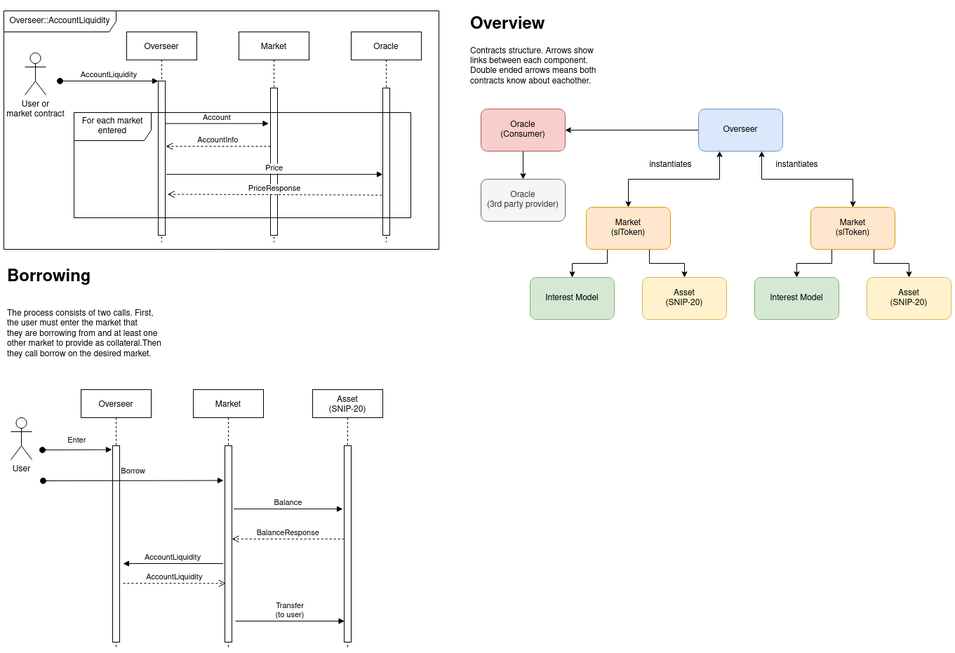
The draw.io diagram docs/Sienna Lend.drawio.png in SiennaNetwork/SiennaNetwork, before a commit. Source tidied: cells renumbered, new cells last; positions are measured from the earlier drawing's top-left corner, leaving out a move shared by most shapes.
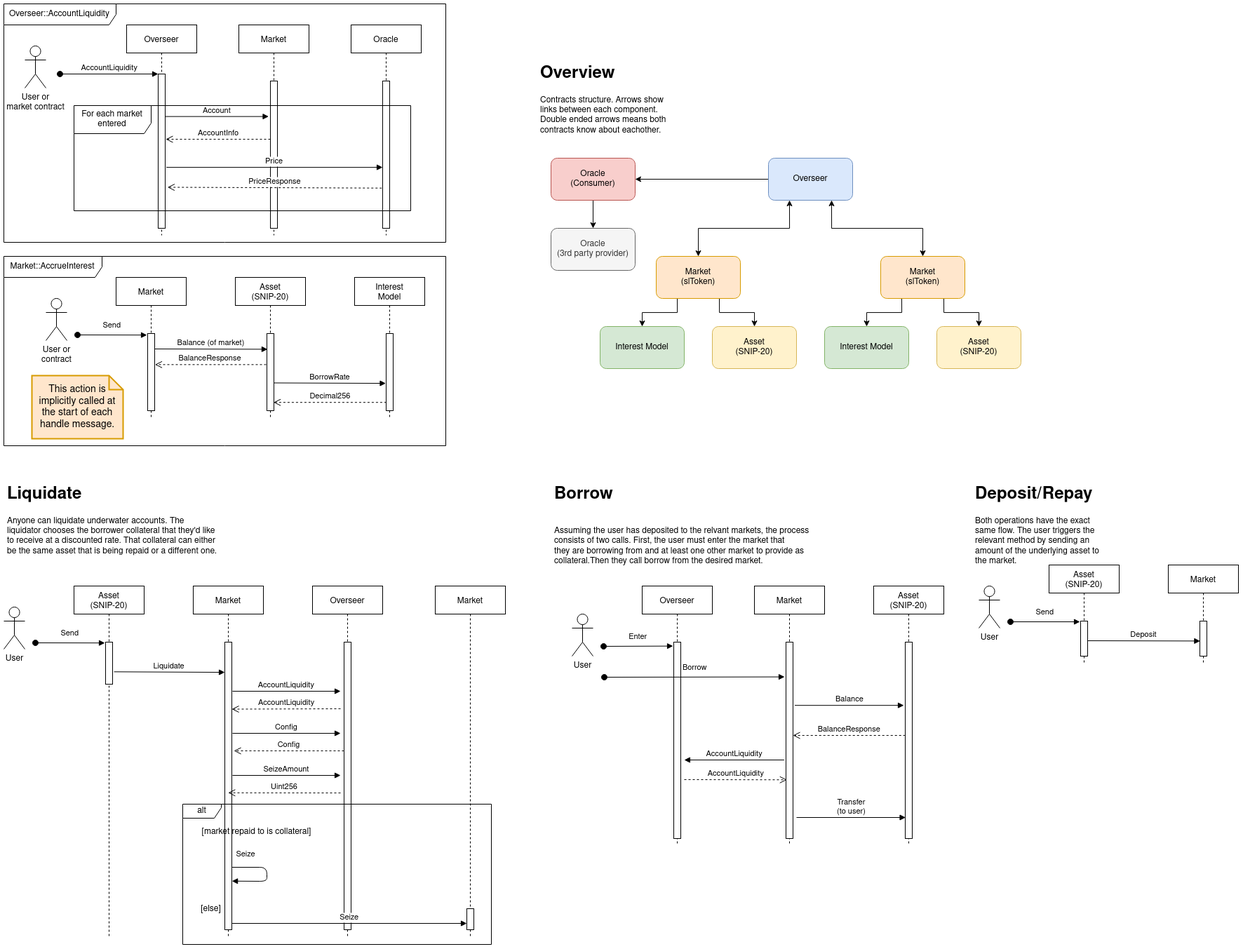
Above is the later version.

Change to the diagram source:
```diff
@@ -37,3 +37,3 @@
     <mxCell id="12" value="Overseer" style="rounded=1;whiteSpace=wrap;html=1;fillColor=#dae8fc;strokeColor=#6c8ebf;" parent="1" vertex="1">
-      <mxGeometry x="990" y="140" width="120" height="60" as="geometry" />
+      <mxGeometry x="1090" y="220" width="120" height="60" as="geometry" />
     </mxCell>
@@ -46,3 +46,3 @@
     <mxCell id="15" value="Market&lt;br&gt;(slToken)" style="rounded=1;whiteSpace=wrap;html=1;fillColor=#ffe6cc;strokeColor=#d79b00;" parent="1" vertex="1">
-      <mxGeometry x="830" y="280" width="120" height="60" as="geometry" />
+      <mxGeometry x="930" y="360" width="120" height="60" as="geometry" />
     </mxCell>
@@ -55,9 +55,9 @@
     <mxCell id="18" value="Market&lt;br&gt;(slToken)" style="rounded=1;whiteSpace=wrap;html=1;fillColor=#ffe6cc;strokeColor=#d79b00;" parent="1" vertex="1">
-      <mxGeometry x="1150" y="280" width="120" height="60" as="geometry" />
+      <mxGeometry x="1250" y="360" width="120" height="60" as="geometry" />
     </mxCell>
     <mxCell id="19" value="Interest Model" style="rounded=1;whiteSpace=wrap;html=1;fillColor=#d5e8d4;strokeColor=#82b366;" parent="1" vertex="1">
-      <mxGeometry x="750" y="380" width="120" height="60" as="geometry" />
+      <mxGeometry x="850" y="460" width="120" height="60" as="geometry" />
     </mxCell>
     <mxCell id="20" value="Interest Model" style="rounded=1;whiteSpace=wrap;html=1;fillColor=#d5e8d4;strokeColor=#82b366;" parent="1" vertex="1">
-      <mxGeometry x="1070" y="380" width="120" height="60" as="geometry" />
+      <mxGeometry x="1170" y="460" width="120" height="60" as="geometry" />
     </mxCell>
@@ -67,15 +67,9 @@
     <mxCell id="22" value="Oracle&lt;br&gt;(Consumer)" style="rounded=1;whiteSpace=wrap;html=1;fillColor=#f8cecc;strokeColor=#b85450;" parent="1" vertex="1">
-      <mxGeometry x="680" y="140" width="120" height="60" as="geometry" />
+      <mxGeometry x="780" y="220" width="120" height="60" as="geometry" />
     </mxCell>
     <mxCell id="23" value="Oracle&lt;br&gt;(3rd party provider)" style="rounded=1;whiteSpace=wrap;html=1;fillColor=#f5f5f5;fontColor=#333333;strokeColor=#666666;" parent="1" vertex="1">
-      <mxGeometry x="680" y="240" width="120" height="60" as="geometry" />
+      <mxGeometry x="780" y="320" width="120" height="60" as="geometry" />
     </mxCell>
-    <mxCell id="24" value="instantiates" style="text;html=1;align=center;verticalAlign=middle;strokeColor=none;fillColor=none;" parent="1" vertex="1">
-      <mxGeometry x="910" y="210" width="80" height="20" as="geometry" />
-    </mxCell>
-    <mxCell id="25" value="instantiates" style="text;html=1;align=center;verticalAlign=middle;strokeColor=none;fillColor=none;" parent="1" vertex="1">
-      <mxGeometry x="1090" y="210" width="80" height="20" as="geometry" />
-    </mxCell>
     <mxCell id="26" value="&lt;h1&gt;Overview&lt;/h1&gt;&lt;p&gt;Contracts structure. Arrows show links between each component. Double ended arrows means both contracts know about eachother.&lt;br&gt;&lt;/p&gt;" style="text;html=1;strokeColor=none;fillColor=none;spacing=5;spacingTop=-20;whiteSpace=wrap;overflow=hidden;rounded=0;" parent="1" vertex="1">
-      <mxGeometry x="660" width="190" height="120" as="geometry" />
+      <mxGeometry x="760" y="80" width="190" height="120" as="geometry" />
     </mxCell>
@@ -100,6 +94,6 @@
     <mxCell id="33" value="Overseer::AccountLiquidity" style="shape=umlFrame;whiteSpace=wrap;html=1;width=160;height=30;" parent="1" vertex="1">
-      <mxGeometry width="620" height="340" as="geometry" />
+      <mxGeometry width="630" height="340" as="geometry" />
     </mxCell>
     <mxCell id="34" value="Overseer" style="shape=umlLifeline;perimeter=lifelinePerimeter;rounded=0;shadow=0;strokeWidth=1;" parent="1" vertex="1">
-      <mxGeometry x="110" y="540" width="100" height="370" as="geometry" />
+      <mxGeometry x="910" y="830" width="100" height="370" as="geometry" />
     </mxCell>
@@ -119,3 +113,3 @@
     <mxCell id="38" value="Market" style="shape=umlLifeline;perimeter=lifelinePerimeter;rounded=0;shadow=0;strokeWidth=1;" parent="1" vertex="1">
-      <mxGeometry x="270" y="540" width="100" height="370" as="geometry" />
+      <mxGeometry x="1070" y="830" width="100" height="370" as="geometry" />
     </mxCell>
@@ -128,3 +122,3 @@
     <mxCell id="41" value="User" style="shape=umlActor;verticalLabelPosition=bottom;verticalAlign=top;html=1;" parent="1" vertex="1">
-      <mxGeometry x="10" y="580" width="30" height="60" as="geometry" />
+      <mxGeometry x="810" y="870" width="30" height="60" as="geometry" />
     </mxCell>
@@ -133,13 +127,13 @@
     </mxCell>
-    <mxCell id="43" value="&lt;h1&gt;Borrowing&lt;/h1&gt;&lt;br&gt;The process consists of two calls. First, the user must enter the market that&lt;br&gt;they are borrowing from and at least one other market to provide as collateral.Then they call borrow on the desired market." style="text;html=1;strokeColor=none;fillColor=none;spacing=5;spacingTop=-20;whiteSpace=wrap;overflow=hidden;rounded=0;" parent="1" vertex="1">
-      <mxGeometry y="360" width="230" height="140" as="geometry" />
+    <mxCell id="43" value="&lt;h1&gt;Borrow&lt;/h1&gt;&lt;br&gt;Assuming the user has deposited to the relvant markets, the process consists of two calls. First, the user must enter the market that&lt;br&gt;they are borrowing from and at least one other market to provide as collateral.Then they call borrow from the desired market." style="text;html=1;strokeColor=none;fillColor=none;spacing=5;spacingTop=-20;whiteSpace=wrap;overflow=hidden;rounded=0;" parent="1" vertex="1">
+      <mxGeometry x="780" y="680" width="380" height="170" as="geometry" />
     </mxCell>
     <mxCell id="44" value="Asset&lt;br&gt;(SNIP-20)" style="rounded=1;whiteSpace=wrap;html=1;fillColor=#fff2cc;strokeColor=#d6b656;" parent="1" vertex="1">
-      <mxGeometry x="910" y="380" width="120" height="60" as="geometry" />
+      <mxGeometry x="1010" y="460" width="120" height="60" as="geometry" />
     </mxCell>
     <mxCell id="45" value="Asset&lt;br&gt;(SNIP-20)" style="rounded=1;whiteSpace=wrap;html=1;fillColor=#fff2cc;strokeColor=#d6b656;" parent="1" vertex="1">
-      <mxGeometry x="1230" y="380" width="120" height="60" as="geometry" />
+      <mxGeometry x="1330" y="460" width="120" height="60" as="geometry" />
     </mxCell>
     <mxCell id="46" value="Asset&#10;(SNIP-20)" style="shape=umlLifeline;perimeter=lifelinePerimeter;rounded=0;shadow=0;strokeWidth=1;" parent="1" vertex="1">
-      <mxGeometry x="440" y="540" width="100" height="370" as="geometry" />
+      <mxGeometry x="1240" y="830" width="100" height="370" as="geometry" />
     </mxCell>
@@ -150,3 +144,3 @@
       <mxGeometry relative="1" as="geometry">
-        <mxPoint x="170" y="788" as="targetPoint" />
+        <mxPoint x="970" y="1078" as="targetPoint" />
       </mxGeometry>
@@ -155,3 +149,3 @@
       <mxGeometry relative="1" as="geometry">
-        <mxPoint x="170" y="816" as="sourcePoint" />
+        <mxPoint x="970" y="1106" as="sourcePoint" />
       </mxGeometry>
@@ -160,6 +154,171 @@
       <mxGeometry relative="1" as="geometry">
-        <mxPoint x="330" y="870" as="sourcePoint" />
-        <mxPoint x="485.6" y="870" as="targetPoint" />
+        <mxPoint x="1130" y="1160" as="sourcePoint" />
+        <mxPoint x="1285.6" y="1160" as="targetPoint" />
       </mxGeometry>
     </mxCell>
+    <mxCell id="51" value="Market" style="shape=umlLifeline;perimeter=lifelinePerimeter;rounded=0;shadow=0;strokeWidth=1;" parent="1" vertex="1">
+      <mxGeometry x="160" y="390" width="100" height="200" as="geometry" />
+    </mxCell>
+    <mxCell id="52" style="points=[];perimeter=orthogonalPerimeter;rounded=0;shadow=0;strokeWidth=1;" parent="51" vertex="1">
+      <mxGeometry x="45" y="80" width="10" height="110" as="geometry" />
+    </mxCell>
+    <mxCell id="53" value="Send" style="verticalAlign=bottom;startArrow=oval;endArrow=block;startSize=8;shadow=0;strokeWidth=1;entryX=-0.1;entryY=0.02;entryDx=0;entryDy=0;entryPerimeter=0;" parent="51" edge="1" target="52">
+      <mxGeometry y="5" relative="1" as="geometry">
+        <mxPoint x="-55" y="82" as="sourcePoint" />
+      </mxGeometry>
+    </mxCell>
+    <mxCell id="54" value="Asset&#10;(SNIP-20)" style="shape=umlLifeline;perimeter=lifelinePerimeter;rounded=0;shadow=0;strokeWidth=1;" parent="1" vertex="1">
+      <mxGeometry x="330" y="390" width="100" height="200" as="geometry" />
+    </mxCell>
+    <mxCell id="55" style="points=[];perimeter=orthogonalPerimeter;rounded=0;shadow=0;strokeWidth=1;" parent="54" vertex="1">
+      <mxGeometry x="45" y="80" width="10" height="110" as="geometry" />
+    </mxCell>
+    <mxCell id="56" value="Balance (of market)" style="verticalAlign=bottom;endArrow=block;shadow=0;strokeWidth=1;exitX=1.043;exitY=0.2;exitDx=0;exitDy=0;exitPerimeter=0;entryX=0.09;entryY=0.204;entryDx=0;entryDy=0;entryPerimeter=0;" parent="1" edge="1" source="52" target="55">
+      <mxGeometry relative="1" as="geometry" />
+    </mxCell>
+    <mxCell id="57" value="User or&lt;br&gt;contract" style="shape=umlActor;verticalLabelPosition=bottom;verticalAlign=top;html=1;" parent="1" vertex="1">
+      <mxGeometry x="60" y="420" width="30" height="60" as="geometry" />
+    </mxCell>
+    <mxCell id="58" value="BalanceResponse" style="verticalAlign=bottom;endArrow=open;dashed=1;endSize=8;shadow=0;strokeWidth=1;entryX=1.043;entryY=0.403;entryDx=0;entryDy=0;entryPerimeter=0;exitX=-0.1;exitY=0.403;exitDx=0;exitDy=0;exitPerimeter=0;" parent="1" edge="1" source="55" target="52">
+      <mxGeometry relative="1" as="geometry" />
+    </mxCell>
+    <mxCell id="59" value="&lt;h1&gt;Deposit/Repay&lt;/h1&gt;&lt;p&gt;Both operations have the exact same flow. The user triggers the relevant method by sending an amount of the underlying asset to the market.&lt;br&gt;&lt;/p&gt;" style="text;html=1;strokeColor=none;fillColor=none;spacing=5;spacingTop=-20;whiteSpace=wrap;overflow=hidden;rounded=0;" parent="1" vertex="1">
+      <mxGeometry x="1380" y="680" width="190" height="120" as="geometry" />
+    </mxCell>
+    <mxCell id="60" value="Asset&#10;(SNIP-20)" style="shape=umlLifeline;perimeter=lifelinePerimeter;rounded=0;shadow=0;strokeWidth=1;" parent="1" vertex="1">
+      <mxGeometry x="1490" y="800" width="100" height="140" as="geometry" />
+    </mxCell>
+    <mxCell id="61" style="points=[];perimeter=orthogonalPerimeter;rounded=0;shadow=0;strokeWidth=1;" parent="60" vertex="1">
+      <mxGeometry x="45" y="80" width="10" height="50" as="geometry" />
+    </mxCell>
+    <mxCell id="62" value="Send" style="verticalAlign=bottom;startArrow=oval;endArrow=block;startSize=8;shadow=0;strokeWidth=1;entryX=-0.1;entryY=0.02;entryDx=0;entryDy=0;entryPerimeter=0;" parent="60" edge="1" target="61">
+      <mxGeometry y="5" relative="1" as="geometry">
+        <mxPoint x="-55" y="81" as="sourcePoint" />
+      </mxGeometry>
+    </mxCell>
+    <mxCell id="63" value="Market" style="shape=umlLifeline;perimeter=lifelinePerimeter;rounded=0;shadow=0;strokeWidth=1;" parent="1" vertex="1">
+      <mxGeometry x="1660" y="800" width="100" height="140" as="geometry" />
+    </mxCell>
+    <mxCell id="64" style="points=[];perimeter=orthogonalPerimeter;rounded=0;shadow=0;strokeWidth=1;" parent="63" vertex="1">
+      <mxGeometry x="45" y="80" width="10" height="50" as="geometry" />
+    </mxCell>
+    <mxCell id="65" value="User" style="shape=umlActor;verticalLabelPosition=bottom;verticalAlign=top;html=1;" parent="1" vertex="1">
+      <mxGeometry x="1390" y="830" width="30" height="60" as="geometry" />
+    </mxCell>
+    <mxCell id="66" value="Deposit" style="verticalAlign=bottom;endArrow=block;shadow=0;strokeWidth=1;entryX=0.04;entryY=0.568;entryDx=0;entryDy=0;entryPerimeter=0;exitX=1;exitY=0.56;exitDx=0;exitDy=0;exitPerimeter=0;" parent="1" edge="1" source="61" target="64">
+      <mxGeometry relative="1" as="geometry" />
+    </mxCell>
+    <mxCell id="67" value="Interest&#10;Model" style="shape=umlLifeline;perimeter=lifelinePerimeter;rounded=0;shadow=0;strokeWidth=1;" parent="1" vertex="1">
+      <mxGeometry x="500" y="390" width="100" height="200" as="geometry" />
+    </mxCell>
+    <mxCell id="68" style="points=[];perimeter=orthogonalPerimeter;rounded=0;shadow=0;strokeWidth=1;" parent="67" vertex="1">
+      <mxGeometry x="45" y="80" width="10" height="110" as="geometry" />
+    </mxCell>
+    <mxCell id="69" value="BorrowRate" style="verticalAlign=bottom;endArrow=block;shadow=0;strokeWidth=1;exitX=1.167;exitY=0.313;exitDx=0;exitDy=0;exitPerimeter=0;entryX=-0.052;entryY=0.646;entryDx=0;entryDy=0;entryPerimeter=0;" parent="67" edge="1" target="68">
+      <mxGeometry relative="1" as="geometry">
+        <mxPoint x="-115" y="150.5" as="sourcePoint" />
+      </mxGeometry>
+    </mxCell>
+    <mxCell id="70" value="Decimal256" style="verticalAlign=bottom;endArrow=open;dashed=1;endSize=8;shadow=0;strokeWidth=1;entryX=0.948;entryY=0.893;entryDx=0;entryDy=0;entryPerimeter=0;exitX=0.043;exitY=0.893;exitDx=0;exitDy=0;exitPerimeter=0;" parent="1" edge="1" source="68" target="55">
+      <mxGeometry relative="1" as="geometry" />
+    </mxCell>
+    <mxCell id="71" value="Market::AccrueInterest" style="shape=umlFrame;whiteSpace=wrap;html=1;width=140;height=30;" parent="1" vertex="1">
+      <mxGeometry y="360" width="630" height="270" as="geometry" />
+    </mxCell>
+    <mxCell id="72" value="This action is implicitly called at the start of each handle message." style="shape=note;strokeWidth=2;fontSize=14;size=20;whiteSpace=wrap;html=1;fillColor=#ffe6cc;strokeColor=#d79b00;" parent="1" vertex="1">
+      <mxGeometry x="40" y="530" width="130" height="90" as="geometry" />
+    </mxCell>
+    <mxCell id="73" value="Asset&#10;(SNIP-20)" style="shape=umlLifeline;perimeter=lifelinePerimeter;rounded=0;shadow=0;strokeWidth=1;" parent="1" vertex="1">
+      <mxGeometry x="100" y="830" width="100" height="501" as="geometry" />
+    </mxCell>
+    <mxCell id="74" style="points=[];perimeter=orthogonalPerimeter;rounded=0;shadow=0;strokeWidth=1;" parent="73" vertex="1">
+      <mxGeometry x="45" y="80" width="10" height="60" as="geometry" />
+    </mxCell>
+    <mxCell id="75" value="Send" style="verticalAlign=bottom;startArrow=oval;endArrow=block;startSize=8;shadow=0;strokeWidth=1;entryX=-0.1;entryY=0.02;entryDx=0;entryDy=0;entryPerimeter=0;" parent="73" edge="1" target="74">
+      <mxGeometry y="5" relative="1" as="geometry">
+        <mxPoint x="-55" y="81" as="sourcePoint" />
+      </mxGeometry>
+    </mxCell>
+    <mxCell id="76" value="Market" style="shape=umlLifeline;perimeter=lifelinePerimeter;rounded=0;shadow=0;strokeWidth=1;" parent="1" vertex="1">
+      <mxGeometry x="270" y="830" width="100" height="501" as="geometry" />
+    </mxCell>
+    <mxCell id="77" style="points=[];perimeter=orthogonalPerimeter;rounded=0;shadow=0;strokeWidth=1;" parent="76" vertex="1">
+      <mxGeometry x="45" y="80" width="10" height="410" as="geometry" />
+    </mxCell>
+    <mxCell id="78" value="[else]" style="text;html=1;align=center;verticalAlign=middle;strokeColor=none;fillColor=none;" parent="76" vertex="1">
+      <mxGeometry x="5" y="451" width="40" height="20" as="geometry" />
+    </mxCell>
+    <mxCell id="79" value="User" style="shape=umlActor;verticalLabelPosition=bottom;verticalAlign=top;html=1;" parent="1" vertex="1">
+      <mxGeometry y="860" width="30" height="60" as="geometry" />
+    </mxCell>
+    <mxCell id="80" value="Liquidate" style="verticalAlign=bottom;endArrow=block;shadow=0;strokeWidth=1;entryX=0;entryY=0.105;entryDx=0;entryDy=0;entryPerimeter=0;exitX=1.214;exitY=0.705;exitDx=0;exitDy=0;exitPerimeter=0;" parent="1" edge="1" source="74" target="77">
+      <mxGeometry relative="1" as="geometry" />
+    </mxCell>
+    <mxCell id="81" value="Overseer" style="shape=umlLifeline;perimeter=lifelinePerimeter;rounded=0;shadow=0;strokeWidth=1;" parent="1" vertex="1">
+      <mxGeometry x="440" y="830" width="100" height="501" as="geometry" />
+    </mxCell>
+    <mxCell id="82" style="points=[];perimeter=orthogonalPerimeter;rounded=0;shadow=0;strokeWidth=1;" parent="81" vertex="1">
+      <mxGeometry x="45" y="80" width="10" height="410" as="geometry" />
+    </mxCell>
+    <mxCell id="83" value="Config" style="verticalAlign=bottom;endArrow=block;shadow=0;strokeWidth=1;entryX=-0.1;entryY=0.158;entryDx=0;entryDy=0;entryPerimeter=0;exitX=1.5;exitY=0.158;exitDx=0;exitDy=0;exitPerimeter=0;" parent="81" edge="1">
+      <mxGeometry relative="1" as="geometry">
+        <mxPoint x="-114" y="210" as="sourcePoint" />
+        <mxPoint x="40" y="210" as="targetPoint" />
+      </mxGeometry>
+    </mxCell>
+    <mxCell id="84" value="AccountLiquidity" style="verticalAlign=bottom;endArrow=block;shadow=0;strokeWidth=1;entryX=-0.1;entryY=0.158;entryDx=0;entryDy=0;entryPerimeter=0;exitX=1.5;exitY=0.158;exitDx=0;exitDy=0;exitPerimeter=0;" parent="1" edge="1">
+      <mxGeometry relative="1" as="geometry">
+        <mxPoint x="326" y="980" as="sourcePoint" />
+        <mxPoint x="480" y="980" as="targetPoint" />
+      </mxGeometry>
+    </mxCell>
+    <mxCell id="85" value="AccountLiquidity" style="verticalAlign=bottom;endArrow=open;dashed=1;endSize=8;shadow=0;strokeWidth=1;entryX=0.993;entryY=0.233;entryDx=0;entryDy=0;entryPerimeter=0;" parent="1" edge="1" target="77">
+      <mxGeometry relative="1" as="geometry">
+        <mxPoint x="480" y="1005" as="sourcePoint" />
+      </mxGeometry>
+    </mxCell>
+    <mxCell id="86" value="SeizeAmount" style="verticalAlign=bottom;endArrow=block;shadow=0;strokeWidth=1;entryX=-0.1;entryY=0.158;entryDx=0;entryDy=0;entryPerimeter=0;exitX=1.5;exitY=0.158;exitDx=0;exitDy=0;exitPerimeter=0;" parent="1" edge="1">
+      <mxGeometry relative="1" as="geometry">
+        <mxPoint x="326" y="1100" as="sourcePoint" />
+        <mxPoint x="480" y="1100" as="targetPoint" />
+      </mxGeometry>
+    </mxCell>
+    <mxCell id="87" value="Uint256" style="verticalAlign=bottom;endArrow=open;dashed=1;endSize=8;shadow=0;strokeWidth=1;" parent="1" edge="1">
+      <mxGeometry relative="1" as="geometry">
+        <mxPoint x="480" y="1125" as="sourcePoint" />
+        <mxPoint x="319.8" y="1124.8" as="targetPoint" />
+      </mxGeometry>
+    </mxCell>
+    <mxCell id="88" value="Config" style="verticalAlign=bottom;endArrow=open;dashed=1;endSize=8;shadow=0;strokeWidth=1;exitX=0;exitY=0.378;exitDx=0;exitDy=0;exitPerimeter=0;entryX=1.3;entryY=0.378;entryDx=0;entryDy=0;entryPerimeter=0;" parent="1" edge="1" source="82" target="77">
+      <mxGeometry relative="1" as="geometry" />
+    </mxCell>
+    <mxCell id="89" value="Market" style="shape=umlLifeline;perimeter=lifelinePerimeter;rounded=0;shadow=0;strokeWidth=1;" parent="1" vertex="1">
+      <mxGeometry x="615" y="830" width="100" height="501" as="geometry" />
+    </mxCell>
+    <mxCell id="90" style="points=[];perimeter=orthogonalPerimeter;rounded=0;shadow=0;strokeWidth=1;" parent="89" vertex="1">
+      <mxGeometry x="45" y="460" width="10" height="30" as="geometry" />
+    </mxCell>
+    <mxCell id="91" value="Seize" style="verticalAlign=bottom;endArrow=block;shadow=0;strokeWidth=1;exitX=1.303;exitY=0.105;exitDx=0;exitDy=0;exitPerimeter=0;entryX=1.017;entryY=0.831;entryDx=0;entryDy=0;entryPerimeter=0;" parent="1" edge="1" target="77">
+      <mxGeometry x="-0.67" y="10" relative="1" as="geometry">
+        <mxPoint x="325" y="1231" as="sourcePoint" />
+        <Array as="points">
+          <mxPoint x="375" y="1231" />
+          <mxPoint x="375" y="1251" />
+        </Array>
+      </mxGeometry>
+    </mxCell>
+    <mxCell id="92" value="Seize" style="verticalAlign=bottom;endArrow=block;shadow=0;strokeWidth=1;exitX=1.303;exitY=0.105;exitDx=0;exitDy=0;exitPerimeter=0;" parent="1" edge="1" target="90">
+      <mxGeometry relative="1" as="geometry">
+        <mxPoint x="325" y="1311" as="sourcePoint" />
+      </mxGeometry>
+    </mxCell>
+    <mxCell id="93" value="[market repaid to is collateral]" style="text;html=1;align=center;verticalAlign=middle;strokeColor=none;fillColor=none;glass=0;backgroundOutline=0;shadow=0;" parent="1" vertex="1">
+      <mxGeometry x="275" y="1171" width="170" height="20" as="geometry" />
+    </mxCell>
+    <mxCell id="94" value="alt" style="shape=umlFrame;whiteSpace=wrap;html=1;shadow=0;glass=0;width=55;height=20;" parent="1" vertex="1">
+      <mxGeometry x="255" y="1141" width="440" height="200" as="geometry" />
+    </mxCell>
+    <mxCell id="95" value="&lt;h1&gt;Liquidate&lt;/h1&gt;&lt;p&gt;Anyone can liquidate underwater accounts. The liquidator chooses the borrower collateral that they'd like to receive at a discounted rate. That collateral can either be the same asset that is being repaid or a different one.&lt;br&gt;&lt;/p&gt;" style="text;html=1;strokeColor=none;fillColor=none;spacing=5;spacingTop=-20;whiteSpace=wrap;overflow=hidden;rounded=0;shadow=0;glass=0;" parent="1" vertex="1">
+      <mxGeometry y="680" width="310" height="120" as="geometry" />
+    </mxCell>
   </root>
```
